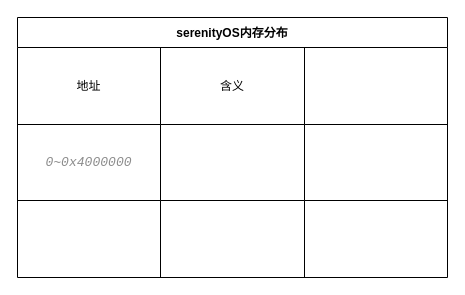
iOSPrincekin/serenity keeps this draw.io diagram as Documentation/serenityOS.drawio. Above is the earlier version. Source tidied: cells renumbered, new cells numbered last; positions are measured from the earlier drawing's top-left corner, leaving out a move shared by most shapes. Both pictures are drawn from the tidied source at 100%, with x=0, y=0 at pixel (17, 17).
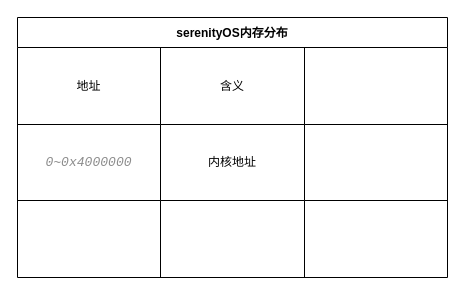
After the change.

Change to the diagram source:
```diff
@@
 <mxGraphModel>
   <root>
     <mxCell id="0" />
     <mxCell id="1" parent="0" />
     <mxCell id="2" value="serenityOS内存分布" style="shape=table;startSize=30;childLayout=tableLayout;fontStyle=1;align=center;" parent="1" vertex="1">
       <mxGeometry width="430" height="260" as="geometry" />
     </mxCell>
     <mxCell id="3" style="shape=tableRow;horizontal=0;startSize=0;swimlaneHead=0;swimlaneBody=0;top=0;left=0;bottom=0;right=0;fillColor=none;" parent="2" vertex="1">
       <mxGeometry y="30" width="430" height="77" as="geometry" />
     </mxCell>
     <mxCell id="4" value="地址" style="shape=partialRectangle;html=1;whiteSpace=wrap;fillColor=none;top=0;left=0;bottom=0;right=0;overflow=hidden;" parent="3" vertex="1">
       <mxGeometry width="143" height="77" as="geometry" />
     </mxCell>
     <mxCell id="5" value="含义" style="shape=partialRectangle;html=1;whiteSpace=wrap;fillColor=none;top=0;left=0;bottom=0;right=0;overflow=hidden;" parent="3" vertex="1">
       <mxGeometry x="143" width="144" height="77" as="geometry" />
     </mxCell>
     <mxCell id="6" style="shape=partialRectangle;html=1;whiteSpace=wrap;fillColor=none;top=0;left=0;bottom=0;right=0;overflow=hidden;" parent="3" vertex="1">
       <mxGeometry x="287" width="143" height="77" as="geometry" />
     </mxCell>
     <mxCell id="7" style="shape=tableRow;horizontal=0;startSize=0;swimlaneHead=0;swimlaneBody=0;top=0;left=0;bottom=0;right=0;fillColor=none;" parent="2" vertex="1">
       <mxGeometry y="107" width="430" height="76" as="geometry" />
     </mxCell>
     <mxCell id="8" value="&lt;pre style=&quot;background-color:#ffffff;color:#080808;font-family:'JetBrains Mono',monospace;font-size:9.8pt;&quot;&gt;&lt;span style=&quot;color:#8c8c8c;font-style:italic;&quot;&gt;0~0x4000000&lt;/span&gt;&lt;/pre&gt;" style="shape=partialRectangle;html=1;whiteSpace=wrap;fillColor=none;top=0;left=0;bottom=0;right=0;overflow=hidden;" parent="7" vertex="1">
       <mxGeometry width="143" height="76" as="geometry" />
     </mxCell>
-    <mxCell id="9" style="shape=partialRectangle;html=1;whiteSpace=wrap;fillColor=none;top=0;left=0;bottom=0;right=0;overflow=hidden;" parent="7" vertex="1">
+    <mxCell id="9" value="内核地址" style="shape=partialRectangle;html=1;whiteSpace=wrap;fillColor=none;top=0;left=0;bottom=0;right=0;overflow=hidden;" parent="7" vertex="1">
       <mxGeometry x="143" width="144" height="76" as="geometry" />
     </mxCell>
     <mxCell id="10" style="shape=partialRectangle;html=1;whiteSpace=wrap;fillColor=none;top=0;left=0;bottom=0;right=0;overflow=hidden;" parent="7" vertex="1">
       <mxGeometry x="287" width="143" height="76" as="geometry" />
     </mxCell>
     <mxCell id="11" style="shape=tableRow;horizontal=0;startSize=0;swimlaneHead=0;swimlaneBody=0;top=0;left=0;bottom=0;right=0;fillColor=none;" parent="2" vertex="1">
       <mxGeometry y="183" width="430" height="77" as="geometry" />
     </mxCell>
     <mxCell id="12" style="shape=partialRectangle;html=1;whiteSpace=wrap;fillColor=none;top=0;left=0;bottom=0;right=0;overflow=hidden;" parent="11" vertex="1">
       <mxGeometry width="143" height="77" as="geometry" />
     </mxCell>
     <mxCell id="13" style="shape=partialRectangle;html=1;whiteSpace=wrap;fillColor=none;top=0;left=0;bottom=0;right=0;overflow=hidden;" parent="11" vertex="1">
       <mxGeometry x="143" width="144" height="77" as="geometry" />
     </mxCell>
     <mxCell id="14" style="shape=partialRectangle;html=1;whiteSpace=wrap;fillColor=none;top=0;left=0;bottom=0;right=0;overflow=hidden;" parent="11" vertex="1">
       <mxGeometry x="287" width="143" height="77" as="geometry" />
     </mxCell>
   </root>
 </mxGraphModel>
```
